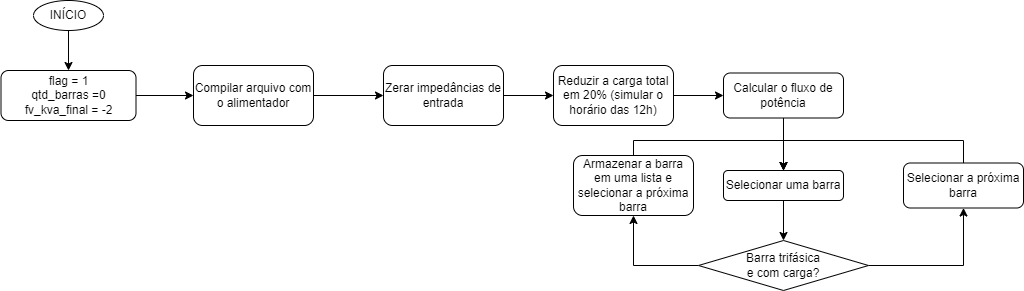
Earlier version of the draw.io export metodologia hc.drawio.png (leojms/hosting-capacity). Source tidied: cells renumbered, new cells last; positions are measured from the earlier drawing's top-left corner, leaving out a move shared by most shapes.
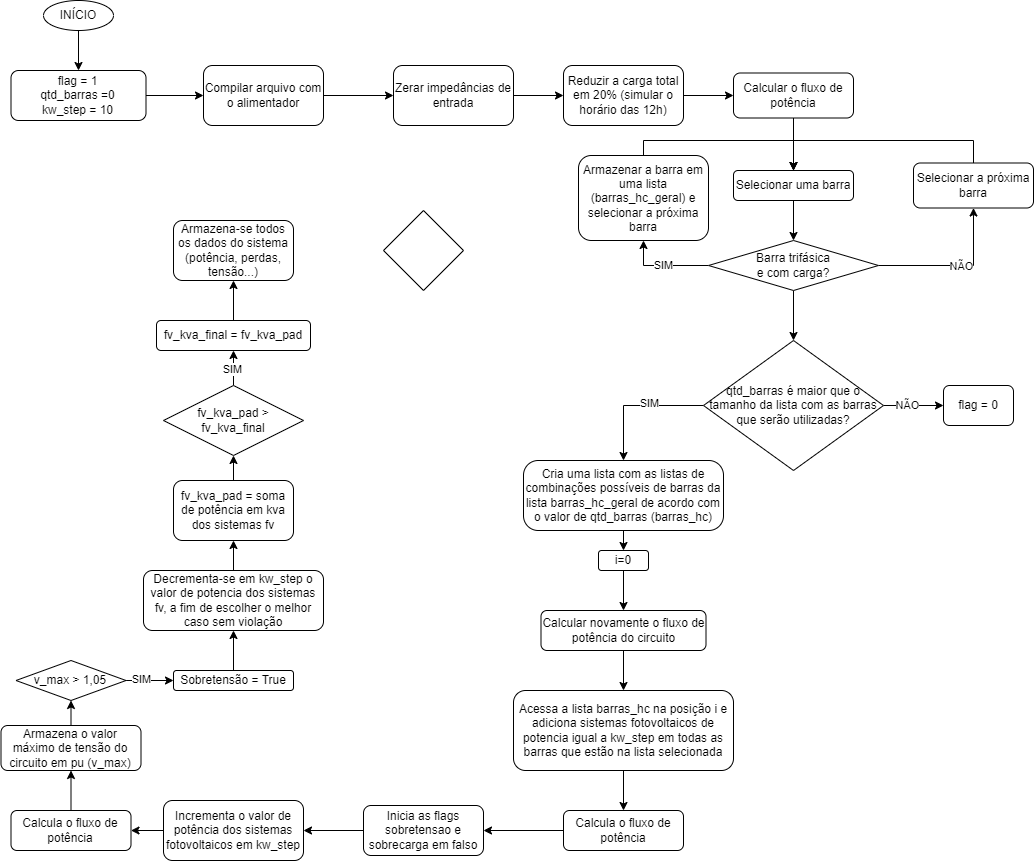
Later version of the same file.

Diff of the diagram source:
```diff
@@ -11,7 +11,7 @@
     <mxCell id="4" style="edgeStyle=orthogonalEdgeStyle;rounded=0;jettySize=auto;html=1;exitX=1;exitY=0.5;exitDx=0;exitDy=0;" parent="1" edge="1" source="5" target="7">
       <mxGeometry relative="1" as="geometry" />
     </mxCell>
-    <mxCell id="5" value="flag = 1&lt;br&gt;qtd_barras =0&lt;br&gt;fv_kva_final = -2" style="rounded=1;whiteSpace=wrap;html=1;" parent="1" vertex="1">
+    <mxCell id="5" value="flag = 1&lt;br&gt;qtd_barras =0&lt;br&gt;kw_step = 10" style="rounded=1;whiteSpace=wrap;html=1;" parent="1" vertex="1">
       <mxGeometry x="-0.5" y="70" width="135" height="50" as="geometry" />
     </mxCell>
     <mxCell id="6" style="edgeStyle=orthogonalEdgeStyle;rounded=0;jettySize=auto;html=1;exitX=1;exitY=0.5;exitDx=0;exitDy=0;entryX=0;entryY=0.5;entryDx=0;entryDy=0;" parent="1" edge="1" source="7" target="9">
@@ -47,9 +47,15 @@
     <mxCell id="16" style="edgeStyle=orthogonalEdgeStyle;rounded=0;jettySize=auto;html=1;exitX=1;exitY=0.5;exitDx=0;exitDy=0;entryX=0.5;entryY=1;entryDx=0;entryDy=0;" parent="1" edge="1" source="18" target="20">
       <mxGeometry relative="1" as="geometry" />
     </mxCell>
+    <mxCell id="23" value="NÃO" style="edgeLabel;html=1;align=center;verticalAlign=middle;" parent="16" vertex="1">
+      <mxGeometry x="0.08" y="-1" relative="1" as="geometry" />
+    </mxCell>
-    <mxCell id="17" style="edgeStyle=orthogonalEdgeStyle;rounded=0;jettySize=auto;html=1;exitX=0;exitY=0.5;exitDx=0;exitDy=0;entryX=0.5;entryY=1;entryDx=0;entryDy=0;" parent="1" edge="1" source="18" target="22">
+    <mxCell id="17" value="SIM" style="edgeStyle=orthogonalEdgeStyle;rounded=0;jettySize=auto;html=1;exitX=0;exitY=0.5;exitDx=0;exitDy=0;entryX=0.5;entryY=1;entryDx=0;entryDy=0;" parent="1" edge="1" source="18" target="22">
       <mxGeometry relative="1" as="geometry" />
     </mxCell>
+    <mxCell id="24" style="edgeStyle=orthogonalEdgeStyle;rounded=0;jettySize=auto;html=1;exitX=0.5;exitY=1;exitDx=0;exitDy=0;entryX=0.5;entryY=0;entryDx=0;entryDy=0;" parent="1" edge="1" source="18" target="31">
+      <mxGeometry relative="1" as="geometry" />
+    </mxCell>
     <mxCell id="18" value="Barra trifásica &lt;br&gt;e com carga?" style="rhombus;whiteSpace=wrap;html=1;" parent="1" vertex="1">
       <mxGeometry x="697" y="240" width="170" height="50" as="geometry" />
     </mxCell>
@@ -72,8 +78,128 @@
         </Array>
       </mxGeometry>
     </mxCell>
-    <mxCell id="22" value="Armazenar a barra em uma lista e selecionar a próxima barra" style="rounded=1;whiteSpace=wrap;html=1;" parent="1" vertex="1">
-      <mxGeometry x="572" y="155" width="120" height="60" as="geometry" />
+    <mxCell id="22" value="Armazenar a barra em uma lista (barras_hc_geral) e selecionar a próxima barra" style="rounded=1;whiteSpace=wrap;html=1;" parent="1" vertex="1">
+      <mxGeometry x="567" y="155" width="130" height="85" as="geometry" />
     </mxCell>
+    <mxCell id="25" style="edgeStyle=orthogonalEdgeStyle;rounded=0;jettySize=auto;html=1;exitX=0.5;exitY=1;exitDx=0;exitDy=0;entryX=0.5;entryY=0;entryDx=0;entryDy=0;" parent="1" edge="1" source="26" target="36">
+      <mxGeometry relative="1" as="geometry" />
+    </mxCell>
+    <mxCell id="26" value="Cria uma lista com as listas de combinações possíveis de barras da lista barras_hc_geral de acordo com o valor de qtd_barras (barras_hc)" style="rounded=1;whiteSpace=wrap;html=1;arcSize=21;" parent="1" vertex="1">
+      <mxGeometry x="512" y="460" width="200" height="70" as="geometry" />
+    </mxCell>
+    <mxCell id="27" style="edgeStyle=orthogonalEdgeStyle;rounded=0;jettySize=auto;html=1;exitX=0;exitY=0.5;exitDx=0;exitDy=0;entryX=0.5;entryY=0;entryDx=0;entryDy=0;" parent="1" edge="1" source="31" target="26">
+      <mxGeometry relative="1" as="geometry" />
+    </mxCell>
+    <mxCell id="28" value="SIM" style="edgeLabel;html=1;align=center;verticalAlign=middle;" parent="27" vertex="1">
+      <mxGeometry x="-0.2" y="-2" relative="1" as="geometry" />
+    </mxCell>
+    <mxCell id="29" style="edgeStyle=orthogonalEdgeStyle;rounded=0;jettySize=auto;html=1;exitX=1;exitY=0.5;exitDx=0;exitDy=0;entryX=0;entryY=0.5;entryDx=0;entryDy=0;" parent="1" edge="1" source="31" target="32">
+      <mxGeometry relative="1" as="geometry" />
+    </mxCell>
+    <mxCell id="30" value="NÃO" style="edgeLabel;html=1;align=center;verticalAlign=middle;" parent="29" vertex="1">
+      <mxGeometry x="-0.22" relative="1" as="geometry" />
+    </mxCell>
+    <mxCell id="31" value="qtd_barras é maior que o tamanho da lista com as barras que serão utilizadas?" style="rhombus;whiteSpace=wrap;html=1;" parent="1" vertex="1">
+      <mxGeometry x="692" y="340" width="180" height="130" as="geometry" />
+    </mxCell>
+    <mxCell id="32" value="flag = 0" style="rounded=1;whiteSpace=wrap;html=1;" parent="1" vertex="1">
+      <mxGeometry x="932" y="385" width="70" height="40" as="geometry" />
+    </mxCell>
+    <mxCell id="33" style="edgeStyle=orthogonalEdgeStyle;rounded=0;jettySize=auto;html=1;exitX=0.5;exitY=1;exitDx=0;exitDy=0;entryX=0.5;entryY=0;entryDx=0;entryDy=0;" parent="1" edge="1" source="34" target="38">
+      <mxGeometry relative="1" as="geometry" />
+    </mxCell>
+    <mxCell id="34" value="Calcular novamente o fluxo de potência do circuito" style="rounded=1;whiteSpace=wrap;html=1;" parent="1" vertex="1">
+      <mxGeometry x="529.5" y="610" width="165" height="40" as="geometry" />
+    </mxCell>
+    <mxCell id="35" style="edgeStyle=orthogonalEdgeStyle;rounded=0;jettySize=auto;html=1;exitX=0.5;exitY=1;exitDx=0;exitDy=0;entryX=0.5;entryY=0;entryDx=0;entryDy=0;" parent="1" edge="1" source="36" target="34">
+      <mxGeometry relative="1" as="geometry" />
+    </mxCell>
+    <mxCell id="36" value="i=0" style="rounded=1;whiteSpace=wrap;html=1;" parent="1" vertex="1">
+      <mxGeometry x="587" y="550" width="50" height="20" as="geometry" />
+    </mxCell>
+    <mxCell id="37" style="edgeStyle=orthogonalEdgeStyle;rounded=0;jettySize=auto;html=1;exitX=0.5;exitY=1;exitDx=0;exitDy=0;entryX=0.5;entryY=0;entryDx=0;entryDy=0;" parent="1" edge="1" source="38" target="40">
+      <mxGeometry relative="1" as="geometry" />
+    </mxCell>
+    <mxCell id="38" value="Acessa a lista barras_hc na posição i e adiciona sistemas fotovoltaicos de potencia igual a kw_step em todas as barras que estão na lista selecionada" style="rounded=1;whiteSpace=wrap;html=1;" parent="1" vertex="1">
+      <mxGeometry x="502" y="690" width="220" height="80" as="geometry" />
+    </mxCell>
+    <mxCell id="39" style="edgeStyle=orthogonalEdgeStyle;rounded=0;jettySize=auto;html=1;exitX=0;exitY=0.5;exitDx=0;exitDy=0;entryX=1;entryY=0.5;entryDx=0;entryDy=0;" parent="1" edge="1" source="40" target="42">
+      <mxGeometry relative="1" as="geometry" />
+    </mxCell>
+    <mxCell id="40" value="Calcula o fluxo de potência" style="rounded=1;whiteSpace=wrap;html=1;" parent="1" vertex="1">
+      <mxGeometry x="552" y="810" width="120" height="40" as="geometry" />
+    </mxCell>
+    <mxCell id="41" style="edgeStyle=orthogonalEdgeStyle;rounded=0;jettySize=auto;html=1;exitX=0;exitY=0.5;exitDx=0;exitDy=0;entryX=1;entryY=0.5;entryDx=0;entryDy=0;" parent="1" edge="1" source="42" target="44">
+      <mxGeometry relative="1" as="geometry" />
+    </mxCell>
+    <mxCell id="42" value="Inicia as flags sobretensao e sobrecarga em falso" style="rounded=1;whiteSpace=wrap;html=1;" parent="1" vertex="1">
+      <mxGeometry x="352" y="805" width="120" height="50" as="geometry" />
+    </mxCell>
+    <mxCell id="43" style="edgeStyle=orthogonalEdgeStyle;rounded=0;jettySize=auto;html=1;exitX=0;exitY=0.5;exitDx=0;exitDy=0;entryX=1;entryY=0.5;entryDx=0;entryDy=0;" parent="1" edge="1" source="44" target="46">
+      <mxGeometry relative="1" as="geometry" />
+    </mxCell>
+    <mxCell id="44" value="Incrementa o valor de potência dos sistemas fotovoltaicos em kw_step" style="rounded=1;whiteSpace=wrap;html=1;" parent="1" vertex="1">
+      <mxGeometry x="152" y="800" width="140" height="60" as="geometry" />
+    </mxCell>
+    <mxCell id="45" style="edgeStyle=orthogonalEdgeStyle;rounded=0;jettySize=auto;html=1;exitX=0.5;exitY=0;exitDx=0;exitDy=0;entryX=0.5;entryY=1;entryDx=0;entryDy=0;" parent="1" edge="1" source="46" target="48">
+      <mxGeometry relative="1" as="geometry" />
+    </mxCell>
+    <mxCell id="46" value="Calcula o fluxo de potência" style="rounded=1;whiteSpace=wrap;html=1;" parent="1" vertex="1">
+      <mxGeometry x="-0.5" y="810" width="120" height="40" as="geometry" />
+    </mxCell>
+    <mxCell id="47" style="edgeStyle=orthogonalEdgeStyle;rounded=0;jettySize=auto;html=1;exitX=0.5;exitY=0;exitDx=0;exitDy=0;entryX=0.5;entryY=1;entryDx=0;entryDy=0;" parent="1" edge="1" source="48" target="51">
+      <mxGeometry relative="1" as="geometry" />
+    </mxCell>
+    <mxCell id="48" value="Armazena o valor máximo de tensão do circuito em pu (v_max)" style="rounded=1;whiteSpace=wrap;html=1;" parent="1" vertex="1">
+      <mxGeometry x="-10.5" y="725" width="140" height="45" as="geometry" />
+    </mxCell>
+    <mxCell id="49" style="edgeStyle=orthogonalEdgeStyle;rounded=0;jettySize=auto;html=1;exitX=1;exitY=0.5;exitDx=0;exitDy=0;entryX=0;entryY=0.5;entryDx=0;entryDy=0;" parent="1" edge="1" source="51" target="53">
+      <mxGeometry relative="1" as="geometry" />
+    </mxCell>
+    <mxCell id="50" value="SIM" style="edgeLabel;html=1;align=center;verticalAlign=middle;" parent="49" vertex="1">
+      <mxGeometry x="-0.37" y="1" relative="1" as="geometry" />
+    </mxCell>
+    <mxCell id="51" value="v_max &amp;gt; 1,05" style="rhombus;whiteSpace=wrap;html=1;" parent="1" vertex="1">
+      <mxGeometry x="4.5" y="660" width="110" height="40" as="geometry" />
+    </mxCell>
+    <mxCell id="52" style="edgeStyle=orthogonalEdgeStyle;rounded=0;jettySize=auto;html=1;exitX=0.5;exitY=0;exitDx=0;exitDy=0;entryX=0.5;entryY=1;entryDx=0;entryDy=0;" parent="1" edge="1" source="53" target="55">
+      <mxGeometry relative="1" as="geometry" />
+    </mxCell>
+    <mxCell id="53" value="Sobretensão = True" style="rounded=1;whiteSpace=wrap;html=1;" parent="1" vertex="1">
+      <mxGeometry x="162" y="670" width="120" height="20" as="geometry" />
+    </mxCell>
+    <mxCell id="54" style="edgeStyle=orthogonalEdgeStyle;rounded=0;jettySize=auto;html=1;exitX=0.5;exitY=0;exitDx=0;exitDy=0;entryX=0.5;entryY=1;entryDx=0;entryDy=0;" parent="1" edge="1" source="55" target="57">
+      <mxGeometry relative="1" as="geometry" />
+    </mxCell>
+    <mxCell id="55" value="Decrementa-se em kw_step o valor de potencia dos sistemas fv, a fim de escolher o melhor caso sem violação" style="rounded=1;whiteSpace=wrap;html=1;" parent="1" vertex="1">
+      <mxGeometry x="132" y="570" width="180" height="60" as="geometry" />
+    </mxCell>
+    <mxCell id="56" style="edgeStyle=orthogonalEdgeStyle;rounded=0;jettySize=auto;html=1;exitX=0.5;exitY=0;exitDx=0;exitDy=0;entryX=0.5;entryY=1;entryDx=0;entryDy=0;" parent="1" edge="1" source="57" target="60">
+      <mxGeometry relative="1" as="geometry" />
+    </mxCell>
+    <mxCell id="57" value="fv_kva_pad = soma de potência em kva dos sistemas fv" style="rounded=1;whiteSpace=wrap;html=1;" parent="1" vertex="1">
+      <mxGeometry x="162" y="480" width="120" height="60" as="geometry" />
+    </mxCell>
+    <mxCell id="58" style="edgeStyle=orthogonalEdgeStyle;rounded=0;jettySize=auto;html=1;exitX=0.5;exitY=0;exitDx=0;exitDy=0;" parent="1" edge="1" source="60" target="62">
+      <mxGeometry relative="1" as="geometry" />
+    </mxCell>
+    <mxCell id="59" value="SIM" style="edgeLabel;html=1;align=center;verticalAlign=middle;" parent="58" vertex="1">
+      <mxGeometry x="-0.26" y="1" relative="1" as="geometry" />
+    </mxCell>
+    <mxCell id="60" value="fv_kva_pad &amp;gt; fv_kva_final" style="rhombus;whiteSpace=wrap;html=1;" parent="1" vertex="1">
+      <mxGeometry x="152" y="385" width="140" height="70" as="geometry" />
+    </mxCell>
+    <mxCell id="61" style="edgeStyle=orthogonalEdgeStyle;rounded=0;jettySize=auto;html=1;exitX=0.5;exitY=0;exitDx=0;exitDy=0;entryX=0.5;entryY=1;entryDx=0;entryDy=0;" parent="1" edge="1" source="62" target="63">
+      <mxGeometry relative="1" as="geometry" />
+    </mxCell>
+    <mxCell id="62" value="fv_kva_final = fv_kva_pad" style="rounded=1;whiteSpace=wrap;html=1;" parent="1" vertex="1">
+      <mxGeometry x="145" y="320" width="154" height="30" as="geometry" />
+    </mxCell>
+    <mxCell id="63" value="Armazena-se todos os dados do sistema (potência, perdas, tensão...)" style="rounded=1;whiteSpace=wrap;html=1;" parent="1" vertex="1">
+      <mxGeometry x="162" y="220" width="120" height="60" as="geometry" />
+    </mxCell>
+    <mxCell id="64" style="rhombus;whiteSpace=wrap;html=1;" parent="1" vertex="1">
+      <mxGeometry x="372" y="210" width="80" height="80" as="geometry" />
+    </mxCell>
   </root>
 </mxGraphModel>
```
